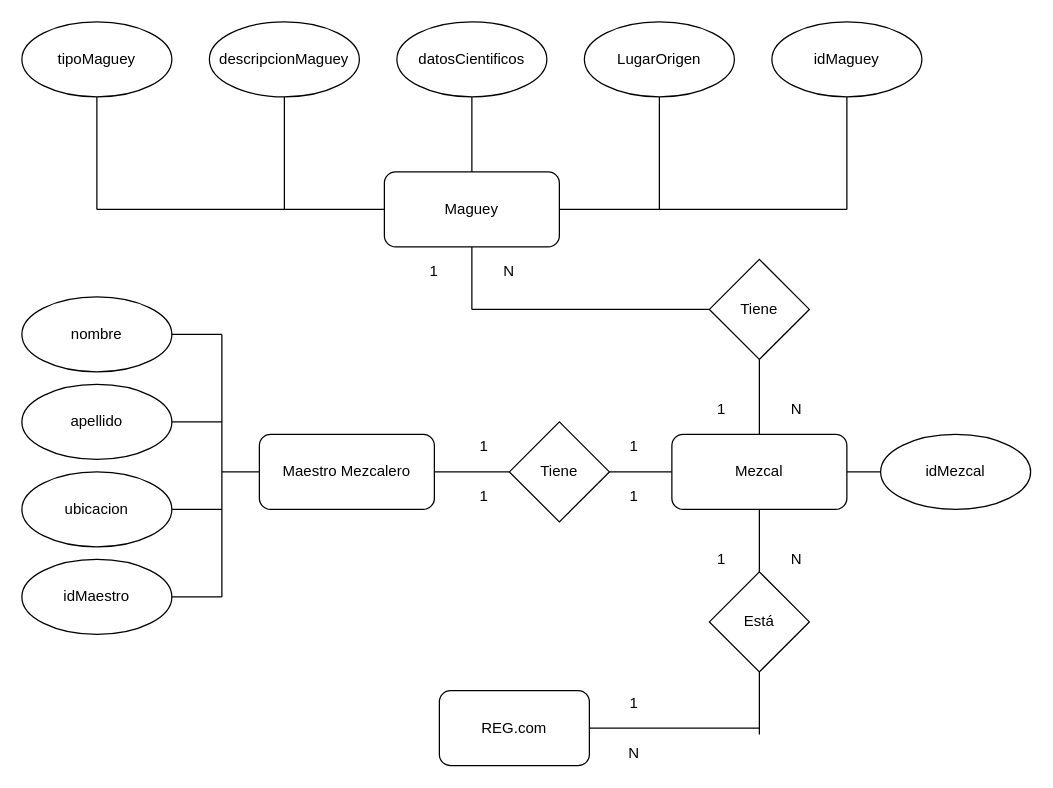
Earlier version of the draw.io diagram Untitled Diagram.drawio (ederru/reg). Source tidied: cells renumbered, new cells numbered last; positions are measured from the earlier drawing's top-left corner, leaving out a move shared by most shapes. Both pictures are drawn from the tidied source at 125%, with x=0, y=0 at pixel (21, 21).
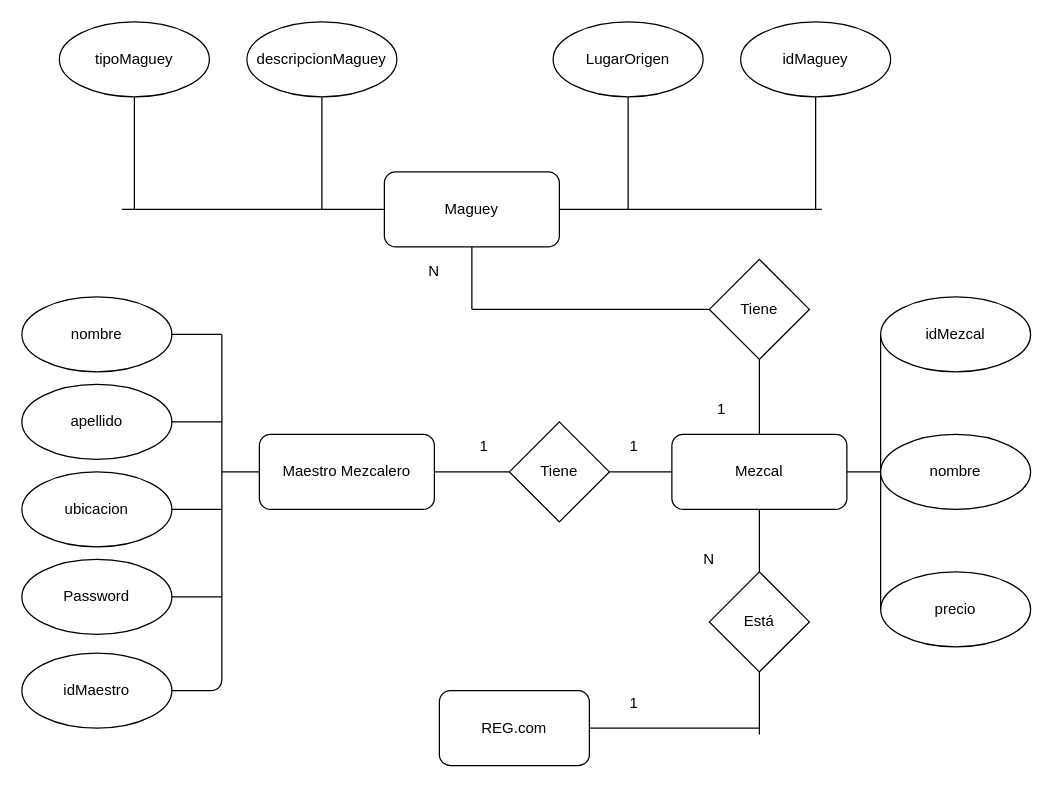
After the change.

The change refers to these unchanged cells:
```xml
<mxCell id="2" value="&lt;div&gt;Maguey&lt;/div&gt;" style="rounded=1;whiteSpace=wrap;html=1;" parent="1" vertex="1">
  <mxGeometry x="290" y="120" width="140" height="60" as="geometry" />
</mxCell>
<mxCell id="26" value="&lt;div&gt;Mezcal&lt;/div&gt;" style="rounded=1;whiteSpace=wrap;html=1;" parent="1" vertex="1">
  <mxGeometry x="520" y="330" width="140" height="60" as="geometry" />
</mxCell>
```

Change to the diagram source:
```diff
@@
     <mxCell id="3" value="&lt;div&gt;tipoMaguey&lt;/div&gt;" style="ellipse;whiteSpace=wrap;html=1;" parent="1" vertex="1">
-      <mxGeometry width="120" height="60" as="geometry" />
+      <mxGeometry x="30" width="120" height="60" as="geometry" />
     </mxCell>
     <mxCell id="4" value="&lt;div&gt;descripcionMaguey&lt;/div&gt;" style="ellipse;whiteSpace=wrap;html=1;" parent="1" vertex="1">
-      <mxGeometry x="150" width="120" height="60" as="geometry" />
+      <mxGeometry x="180" width="120" height="60" as="geometry" />
     </mxCell>
-    <mxCell id="5" value="datosCientificos" style="ellipse;whiteSpace=wrap;html=1;" parent="1" vertex="1">
-      <mxGeometry x="300" width="120" height="60" as="geometry" />
-    </mxCell>
     <mxCell id="6" value="LugarOrigen" style="ellipse;whiteSpace=wrap;html=1;" parent="1" vertex="1">
-      <mxGeometry x="450" width="120" height="60" as="geometry" />
+      <mxGeometry x="425" width="120" height="60" as="geometry" />
     </mxCell>
     <mxCell id="7" value="&lt;div&gt;idMaguey&lt;/div&gt;" style="ellipse;whiteSpace=wrap;html=1;" parent="1" vertex="1">
-      <mxGeometry x="600" width="120" height="60" as="geometry" />
+      <mxGeometry x="575" width="120" height="60" as="geometry" />
     </mxCell>
     <mxCell id="8" style="endArrow=none;html=1;exitX=0.5;exitY=1;exitDx=0;exitDy=0;" parent="1" edge="1" source="7">
       <mxGeometry relative="1" as="geometry">
-        <mxPoint x="660" y="150" as="targetPoint" />
+        <mxPoint x="635" y="150" as="targetPoint" />
       </mxGeometry>
     </mxCell>
     <mxCell id="9" style="endArrow=none;html=1;exitX=1;exitY=0.5;exitDx=0;exitDy=0;" parent="1" edge="1" source="2">
       <mxGeometry relative="1" as="geometry">
-        <mxPoint x="660" y="150" as="targetPoint" />
+        <mxPoint x="640" y="150" as="targetPoint" />
       </mxGeometry>
     </mxCell>
     <mxCell id="10" style="endArrow=none;html=1;exitX=0.5;exitY=1;exitDx=0;exitDy=0;" parent="1" edge="1" source="6">
       <mxGeometry relative="1" as="geometry">
-        <mxPoint x="510" y="150" as="targetPoint" />
+        <mxPoint x="485" y="150" as="targetPoint" />
       </mxGeometry>
     </mxCell>
-    <mxCell id="11" style="endArrow=none;html=1;entryX=0.5;entryY=1;entryDx=0;entryDy=0;exitX=0.5;exitY=0;exitDx=0;exitDy=0;" parent="1" edge="1" source="2" target="5">
-      <mxGeometry relative="1" as="geometry" />
-    </mxCell>
     <mxCell id="12" style="endArrow=none;html=1;entryX=0.5;entryY=1;entryDx=0;entryDy=0;" parent="1" edge="1" target="4">
       <mxGeometry relative="1" as="geometry">
-        <mxPoint x="210" y="150" as="sourcePoint" />
+        <mxPoint x="240" y="150" as="sourcePoint" />
       </mxGeometry>
     </mxCell>
     <mxCell id="13" style="endArrow=none;html=1;entryX=0;entryY=0.5;entryDx=0;entryDy=0;" parent="1" edge="1" target="2">
       <mxGeometry relative="1" as="geometry">
-        <mxPoint x="60" y="150" as="sourcePoint" />
+        <mxPoint x="80" y="150" as="sourcePoint" />
       </mxGeometry>
     </mxCell>
     <mxCell id="14" style="endArrow=none;html=1;entryX=0.5;entryY=1;entryDx=0;entryDy=0;" parent="1" edge="1" target="3">
       <mxGeometry relative="1" as="geometry">
-        <mxPoint x="60" y="150" as="sourcePoint" />
+        <mxPoint x="90" y="150" as="sourcePoint" />
       </mxGeometry>
     </mxCell>
@@
-    <mxCell id="19" value="&lt;div&gt;idMaestro&lt;/div&gt;" style="ellipse;whiteSpace=wrap;html=1;" parent="1" vertex="1">
+    <mxCell id="19" value="Password" style="ellipse;whiteSpace=wrap;html=1;" parent="1" vertex="1">
       <mxGeometry y="430" width="120" height="60" as="geometry" />
     </mxCell>
@@
-    <mxCell id="32" value="N" style="text;html=1;strokeColor=none;fillColor=none;align=center;verticalAlign=middle;whiteSpace=wrap;rounded=0;" parent="1" vertex="1">
-      <mxGeometry x="600" y="300" width="40" height="20" as="geometry" />
-    </mxCell>
-    <mxCell id="33" value="1" style="text;html=1;strokeColor=none;fillColor=none;align=center;verticalAlign=middle;whiteSpace=wrap;rounded=0;" parent="1" vertex="1">
-      <mxGeometry x="310" y="190" width="40" height="20" as="geometry" />
-    </mxCell>
     <mxCell id="34" value="N" style="text;html=1;strokeColor=none;fillColor=none;align=center;verticalAlign=middle;whiteSpace=wrap;rounded=0;" parent="1" vertex="1">
-      <mxGeometry x="370" y="190" width="40" height="20" as="geometry" />
+      <mxGeometry x="310" y="190" width="40" height="20" as="geometry" />
     </mxCell>
@@
-    <mxCell id="39" value="&lt;div&gt;1&lt;/div&gt;" style="text;html=1;strokeColor=none;fillColor=none;align=center;verticalAlign=middle;whiteSpace=wrap;rounded=0;" parent="1" vertex="1">
-      <mxGeometry x="470" y="370" width="40" height="20" as="geometry" />
-    </mxCell>
@@
-    <mxCell id="41" value="&lt;div&gt;1&lt;/div&gt;" style="text;html=1;strokeColor=none;fillColor=none;align=center;verticalAlign=middle;whiteSpace=wrap;rounded=0;" parent="1" vertex="1">
-      <mxGeometry x="350" y="370" width="40" height="20" as="geometry" />
-    </mxCell>
-    <mxCell id="42" value="&lt;div&gt;idMezcal&lt;/div&gt;" style="ellipse;whiteSpace=wrap;html=1;" parent="1" vertex="1">
-      <mxGeometry x="687" y="330" width="120" height="60" as="geometry" />
+    <mxCell id="42" value="precio" style="ellipse;whiteSpace=wrap;html=1;" parent="1" vertex="1">
+      <mxGeometry x="687" y="440" width="120" height="60" as="geometry" />
     </mxCell>
-    <mxCell id="43" style="endArrow=none;html=1;entryX=0;entryY=0.5;entryDx=0;entryDy=0;" parent="1" edge="1" target="42">
+    <mxCell id="43" style="endArrow=none;html=1;entryX=0;entryY=0.5;entryDx=0;entryDy=0;exitX=0;exitY=0.5;exitDx=0;exitDy=0;" parent="1" edge="1" source="55" target="42">
       <mxGeometry relative="1" as="geometry">
-        <mxPoint x="660" y="360" as="sourcePoint" />
+        <Array as="points">
+          <mxPoint x="687" y="350" />
+        </Array>
       </mxGeometry>
     </mxCell>
@@
-    <mxCell id="50" value="N" style="text;html=1;strokeColor=none;fillColor=none;align=center;verticalAlign=middle;whiteSpace=wrap;rounded=0;" parent="1" vertex="1">
-      <mxGeometry x="470" y="575" width="40" height="20" as="geometry" />
-    </mxCell>
-    <mxCell id="51" value="1" style="text;html=1;strokeColor=none;fillColor=none;align=center;verticalAlign=middle;whiteSpace=wrap;rounded=0;" parent="1" vertex="1">
-      <mxGeometry x="540" y="420" width="40" height="20" as="geometry" />
-    </mxCell>
     <mxCell id="52" value="N" style="text;html=1;strokeColor=none;fillColor=none;align=center;verticalAlign=middle;whiteSpace=wrap;rounded=0;" parent="1" vertex="1">
-      <mxGeometry x="600" y="420" width="40" height="20" as="geometry" />
+      <mxGeometry x="530" y="420" width="40" height="20" as="geometry" />
     </mxCell>
+    <mxCell id="53" value="&lt;div&gt;idMaestro&lt;/div&gt;" style="ellipse;whiteSpace=wrap;html=1;" parent="1" vertex="1">
+      <mxGeometry y="505" width="120" height="60" as="geometry" />
+    </mxCell>
+    <mxCell id="54" style="endArrow=none;html=1;exitX=1;exitY=0.5;exitDx=0;exitDy=0;" parent="1" edge="1" source="53">
+      <mxGeometry relative="1" as="geometry">
+        <mxPoint x="160" y="460" as="targetPoint" />
+        <Array as="points">
+          <mxPoint x="160" y="535" />
+        </Array>
+      </mxGeometry>
+    </mxCell>
+    <mxCell id="55" value="&lt;div&gt;idMezcal&lt;/div&gt;" style="ellipse;whiteSpace=wrap;html=1;" parent="1" vertex="1">
+      <mxGeometry x="687" y="220" width="120" height="60" as="geometry" />
+    </mxCell>
+    <mxCell id="56" style="endArrow=none;html=1;entryX=1;entryY=0.5;entryDx=0;entryDy=0;" parent="1" edge="1" target="26">
+      <mxGeometry relative="1" as="geometry">
+        <mxPoint x="690" y="360" as="sourcePoint" />
+      </mxGeometry>
+    </mxCell>
+    <mxCell id="57" value="nombre" style="ellipse;whiteSpace=wrap;html=1;" parent="1" vertex="1">
+      <mxGeometry x="687" y="330" width="120" height="60" as="geometry" />
+    </mxCell>
```
